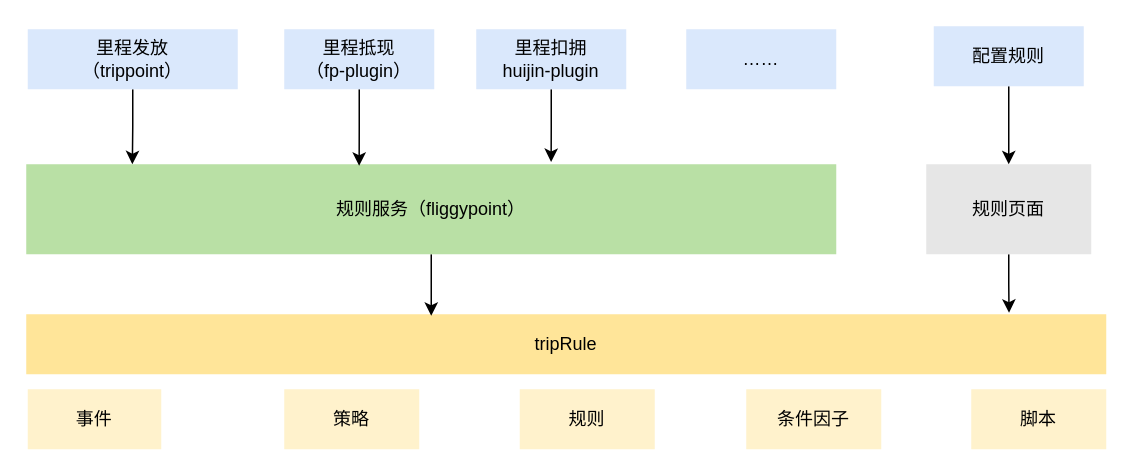
Above: page "里程规则中心" (4 of 6) of 会员成长平台.drawio in renqiuming/drawio (draw.io), before the change. Source tidied: cells renumbered, new cells numbered last; positions are measured from the earlier drawing's top-left corner, leaving out a move shared by most shapes. Both pictures are drawn from the tidied source at 150%, with x=0, y=0 at pixel (26, 26).
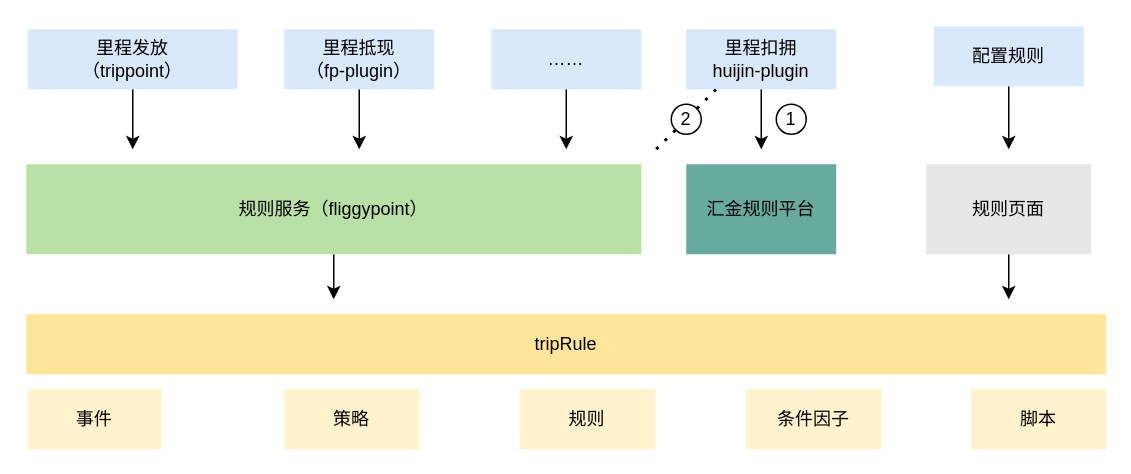
The same diagram, later.

The change refers to these unchanged cells:
```xml
<mxCell id="2" value="tripRule" style="rounded=0;whiteSpace=wrap;html=1;fillColor=#FFE599;strokeColor=none;" parent="1" vertex="1">
  <mxGeometry y="192" width="720" height="40" as="geometry" />
</mxCell>
<mxCell id="6" value="里程发放&lt;br&gt;（trippoint）" style="rounded=0;whiteSpace=wrap;html=1;fillColor=#dae8fc;strokeColor=none;" parent="1" vertex="1">
  <mxGeometry x="1" y="2" width="140" height="40" as="geometry" />
</mxCell>
<mxCell id="8" value="里程抵现&lt;br&gt;（fp-plugin）" style="rounded=0;whiteSpace=wrap;html=1;fillColor=#dae8fc;strokeColor=none;" parent="1" vertex="1">
  <mxGeometry x="172" y="2" width="100" height="40" as="geometry" />
</mxCell>
<mxCell id="13" value="规则页面" style="rounded=0;whiteSpace=wrap;html=1;fillColor=#E6E6E6;strokeColor=none;" parent="1" vertex="1">
  <mxGeometry x="600" y="92" width="110" height="60" as="geometry" />
</mxCell>
<mxCell id="20" value="配置规则" style="rounded=0;whiteSpace=wrap;html=1;fillColor=#dae8fc;strokeColor=none;" parent="1" vertex="1">
  <mxGeometry x="605" width="100" height="40" as="geometry" />
</mxCell>
```

The edit, as a diff of the source:
```diff
@@
-    <mxCell id="3" style="edgeStyle=orthogonalEdgeStyle;rounded=0;jettySize=auto;html=1;entryX=0.375;entryY=0.025;entryDx=0;entryDy=0;entryPerimeter=0;" parent="1" edge="1" source="4" target="2">
-      <mxGeometry relative="1" as="geometry" />
-    </mxCell>
+    <mxCell id="21" style="edgeStyle=orthogonalEdgeStyle;rounded=0;jettySize=auto;html=1;" parent="1" edge="1" source="4">
+      <mxGeometry relative="1" as="geometry">
+        <mxPoint x="205" y="182" as="targetPoint" />
+      </mxGeometry>
+    </mxCell>
     <mxCell id="4" value="规则服务（fliggypoint）" style="rounded=0;whiteSpace=wrap;html=1;fillColor=#B9E0A5;strokeColor=none;" parent="1" vertex="1">
-      <mxGeometry y="92" width="540" height="60" as="geometry" />
+      <mxGeometry y="92" width="410" height="60" as="geometry" />
     </mxCell>
-    <mxCell id="5" style="edgeStyle=orthogonalEdgeStyle;rounded=0;jettySize=auto;html=1;exitX=0.5;exitY=1;exitDx=0;exitDy=0;entryX=0.131;entryY=0;entryDx=0;entryDy=0;entryPerimeter=0;" parent="1" edge="1" source="6" target="4">
-      <mxGeometry relative="1" as="geometry" />
-    </mxCell>
+    <mxCell id="22" style="edgeStyle=orthogonalEdgeStyle;rounded=0;jettySize=auto;html=1;" parent="1" edge="1" source="6">
+      <mxGeometry relative="1" as="geometry">
+        <mxPoint x="71" y="82" as="targetPoint" />
+      </mxGeometry>
+    </mxCell>
@@
-    <mxCell id="7" style="edgeStyle=orthogonalEdgeStyle;rounded=0;jettySize=auto;html=1;exitX=0.5;exitY=1;exitDx=0;exitDy=0;entryX=0.411;entryY=0.017;entryDx=0;entryDy=0;entryPerimeter=0;" parent="1" edge="1" source="8" target="4">
-      <mxGeometry relative="1" as="geometry" />
-    </mxCell>
+    <mxCell id="23" style="edgeStyle=orthogonalEdgeStyle;rounded=0;jettySize=auto;html=1;" parent="1" edge="1" source="8">
+      <mxGeometry relative="1" as="geometry">
+        <mxPoint x="222" y="82" as="targetPoint" />
+      </mxGeometry>
+    </mxCell>
@@
-    <mxCell id="9" style="edgeStyle=orthogonalEdgeStyle;rounded=0;jettySize=auto;html=1;entryX=0.648;entryY=-0.025;entryDx=0;entryDy=0;entryPerimeter=0;" parent="1" edge="1" source="10" target="4">
-      <mxGeometry relative="1" as="geometry" />
-    </mxCell>
+    <mxCell id="24" style="edgeStyle=orthogonalEdgeStyle;rounded=0;jettySize=auto;html=1;exitX=0.5;exitY=1;exitDx=0;exitDy=0;" parent="1" edge="1" source="10">
+      <mxGeometry relative="1" as="geometry">
+        <mxPoint x="490" y="82" as="targetPoint" />
+      </mxGeometry>
+    </mxCell>
     <mxCell id="10" value="里程扣拥&lt;br&gt;huijin-plugin" style="rounded=0;whiteSpace=wrap;html=1;fillColor=#dae8fc;strokeColor=none;" parent="1" vertex="1">
-      <mxGeometry x="300" y="2" width="100" height="40" as="geometry" />
+      <mxGeometry x="440" y="2" width="100" height="40" as="geometry" />
     </mxCell>
+    <mxCell id="25" style="edgeStyle=orthogonalEdgeStyle;rounded=0;jettySize=auto;html=1;" parent="1" edge="1" source="11">
+      <mxGeometry relative="1" as="geometry">
+        <mxPoint x="360" y="82" as="targetPoint" />
+      </mxGeometry>
+    </mxCell>
     <mxCell id="11" value="……" style="rounded=0;whiteSpace=wrap;html=1;fillColor=#dae8fc;strokeColor=none;" parent="1" vertex="1">
-      <mxGeometry x="440" y="2" width="100" height="40" as="geometry" />
+      <mxGeometry x="310" y="2" width="100" height="40" as="geometry" />
     </mxCell>
-    <mxCell id="12" style="edgeStyle=orthogonalEdgeStyle;rounded=0;jettySize=auto;html=1;entryX=0.91;entryY=-0.025;entryDx=0;entryDy=0;entryPerimeter=0;" parent="1" edge="1" source="13" target="2">
-      <mxGeometry relative="1" as="geometry" />
+    <mxCell id="12" style="edgeStyle=orthogonalEdgeStyle;rounded=0;jettySize=auto;html=1;" parent="1" edge="1" source="13">
+      <mxGeometry relative="1" as="geometry">
+        <mxPoint x="655" y="182" as="targetPoint" />
+      </mxGeometry>
     </mxCell>
@@
-    <mxCell id="19" style="edgeStyle=orthogonalEdgeStyle;rounded=0;jettySize=auto;html=1;" parent="1" edge="1" source="20" target="13">
-      <mxGeometry relative="1" as="geometry" />
+    <mxCell id="19" style="edgeStyle=orthogonalEdgeStyle;rounded=0;jettySize=auto;html=1;" parent="1" edge="1" source="20">
+      <mxGeometry relative="1" as="geometry">
+        <mxPoint x="655" y="82" as="targetPoint" />
+      </mxGeometry>
     </mxCell>
@@
+    <mxCell id="26" value="汇金规则平台" style="rounded=0;whiteSpace=wrap;html=1;fillColor=#67AB9F;strokeColor=none;" parent="1" vertex="1">
+      <mxGeometry x="440" y="92" width="100" height="60" as="geometry" />
+    </mxCell>
+    <mxCell id="27" value="1" style="ellipse;whiteSpace=wrap;html=1;" parent="1" vertex="1">
+      <mxGeometry x="500" y="52" width="20" height="20" as="geometry" />
+    </mxCell>
+    <mxCell id="28" style="endArrow=none;dashed=1;html=1;dashPattern=1 3;strokeWidth=2;" parent="1" edge="1" source="29">
+      <mxGeometry relative="1" as="geometry">
+        <mxPoint x="460" y="42" as="targetPoint" />
+      </mxGeometry>
+    </mxCell>
+    <mxCell id="29" value="2" style="ellipse;whiteSpace=wrap;html=1;" parent="1" vertex="1">
+      <mxGeometry x="430" y="52" width="20" height="20" as="geometry" />
+    </mxCell>
+    <mxCell id="30" style="endArrow=none;dashed=1;html=1;dashPattern=1 3;strokeWidth=2;" parent="1" edge="1" target="29">
+      <mxGeometry relative="1" as="geometry">
+        <mxPoint x="420" y="82" as="sourcePoint" />
+      </mxGeometry>
+    </mxCell>
```
